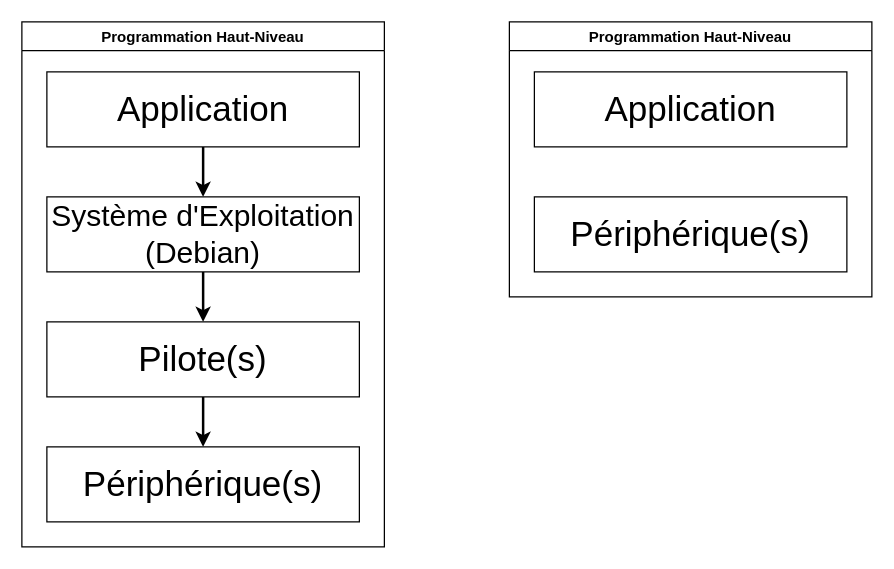
Above: page "Page-1" (1 of 3) of search/Untitled Diagram.drawio in YKhimage1/libnx (draw.io), before the change. Source tidied: cells renumbered, new cells numbered last; positions are measured from the earlier drawing's top-left corner, leaving out a move shared by most shapes. Both pictures are drawn from the tidied source at 125%, with x=0, y=0 at pixel (21, 21).
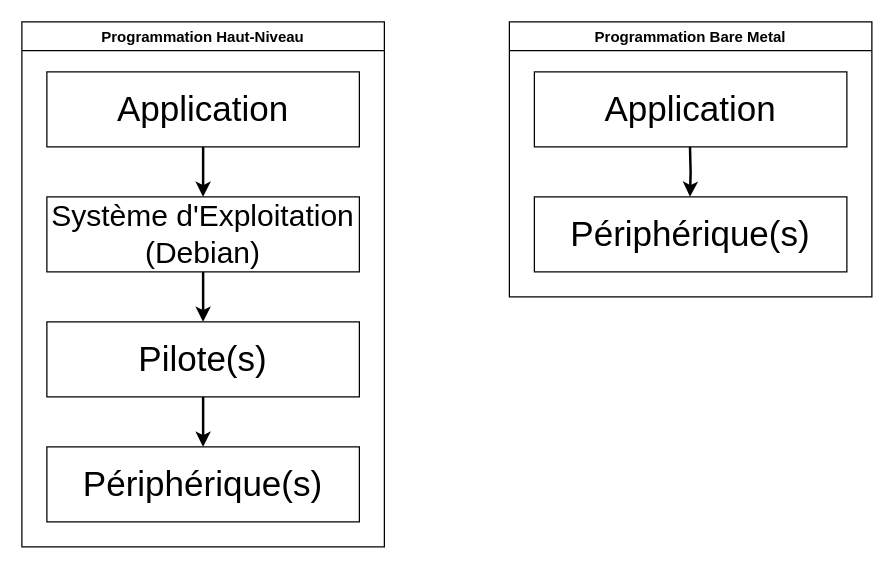
Above is the later version.

Change to the diagram source:
```diff
@@
 <mxGraphModel>
   <root>
     <mxCell id="0" />
     <mxCell id="1" parent="0" />
     <mxCell id="2" style="edgeStyle=orthogonalEdgeStyle;rounded=0;jettySize=auto;html=1;exitX=0.5;exitY=1;exitDx=0;exitDy=0;entryX=0.5;entryY=0;entryDx=0;entryDy=0;strokeWidth=2;" parent="1" edge="1" source="3" target="5">
       <mxGeometry relative="1" as="geometry" />
     </mxCell>
     <mxCell id="3" value="&lt;font style=&quot;font-size: 28px&quot;&gt;Application&lt;/font&gt; " style="rounded=0;whiteSpace=wrap;html=1;" parent="1" vertex="1">
       <mxGeometry x="20" y="40" width="250" height="60" as="geometry" />
     </mxCell>
     <mxCell id="4" style="edgeStyle=orthogonalEdgeStyle;rounded=0;jettySize=auto;html=1;exitX=0.5;exitY=1;exitDx=0;exitDy=0;entryX=0.5;entryY=0;entryDx=0;entryDy=0;strokeWidth=2;" parent="1" edge="1" source="5" target="7">
       <mxGeometry relative="1" as="geometry" />
     </mxCell>
     <mxCell id="5" value="&lt;div&gt;&lt;font style=&quot;font-size: 24px&quot;&gt;Système d'Exploitation (Debian)&lt;br&gt;&lt;/font&gt;&lt;/div&gt;" style="rounded=0;whiteSpace=wrap;html=1;" parent="1" vertex="1">
       <mxGeometry x="20" y="140" width="250" height="60" as="geometry" />
     </mxCell>
     <mxCell id="6" style="edgeStyle=orthogonalEdgeStyle;rounded=0;jettySize=auto;html=1;exitX=0.5;exitY=1;exitDx=0;exitDy=0;entryX=0.5;entryY=0;entryDx=0;entryDy=0;strokeWidth=2;" parent="1" edge="1" source="7" target="8">
       <mxGeometry relative="1" as="geometry" />
     </mxCell>
     <mxCell id="7" value="&lt;font style=&quot;font-size: 28px&quot;&gt;Pilote(s)&lt;/font&gt;" style="rounded=0;whiteSpace=wrap;html=1;" parent="1" vertex="1">
       <mxGeometry x="20" y="240" width="250" height="60" as="geometry" />
     </mxCell>
     <mxCell id="8" value="&lt;font style=&quot;font-size: 28px&quot;&gt;Périphérique(s)&lt;br&gt;&lt;/font&gt;" style="rounded=0;whiteSpace=wrap;html=1;" parent="1" vertex="1">
       <mxGeometry x="20" y="340" width="250" height="60" as="geometry" />
     </mxCell>
     <mxCell id="9" value="Programmation Haut-Niveau" style="swimlane;" parent="1" vertex="1">
       <mxGeometry width="290" height="420" as="geometry" />
     </mxCell>
     <mxCell id="10" value="&lt;font style=&quot;font-size: 28px&quot;&gt;Application&lt;/font&gt; " style="rounded=0;whiteSpace=wrap;html=1;" parent="1" vertex="1">
       <mxGeometry x="410" y="40" width="250" height="60" as="geometry" />
     </mxCell>
     <mxCell id="11" value="&lt;font style=&quot;font-size: 28px&quot;&gt;Périphérique(s)&lt;br&gt;&lt;/font&gt;" style="rounded=0;whiteSpace=wrap;html=1;" parent="1" vertex="1">
       <mxGeometry x="410" y="140" width="250" height="60" as="geometry" />
     </mxCell>
-    <mxCell id="12" value="Programmation Haut-Niveau" style="swimlane;" parent="1" vertex="1">
+    <mxCell id="12" value="Programmation Bare Metal" style="swimlane;" parent="1" vertex="1">
       <mxGeometry x="390" width="290" height="220" as="geometry" />
     </mxCell>
+    <mxCell id="13" style="edgeStyle=orthogonalEdgeStyle;rounded=0;orthogonalLoop=1;jettySize=auto;html=1;exitX=0.5;exitY=1;exitDx=0;exitDy=0;entryX=0.5;entryY=0;entryDx=0;entryDy=0;strokeWidth=2;" parent="12" edge="1">
+      <mxGeometry relative="1" as="geometry">
+        <mxPoint x="144.5" y="100" as="sourcePoint" />
+        <mxPoint x="144.5" y="140" as="targetPoint" />
+      </mxGeometry>
+    </mxCell>
   </root>
 </mxGraphModel>
```
